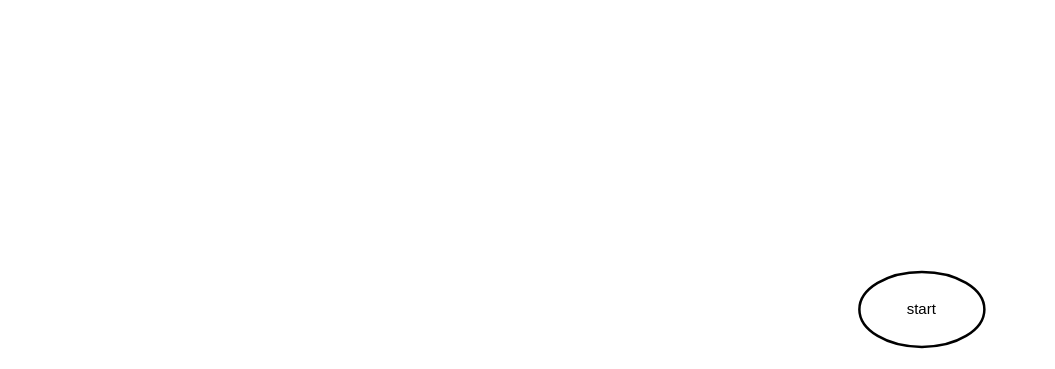
This is uPyIWM/diagrams/fun_bc_call.drawio from over-infinity/-Tutorials, a draw.io file, before an edit. Source tidied: cells renumbered, new cells numbered last; positions are measured from the earlier drawing's top-left corner, leaving out a move shared by most shapes. Both pictures are drawn from the tidied source at 125%, with x=0, y=0 at pixel (859, 271).
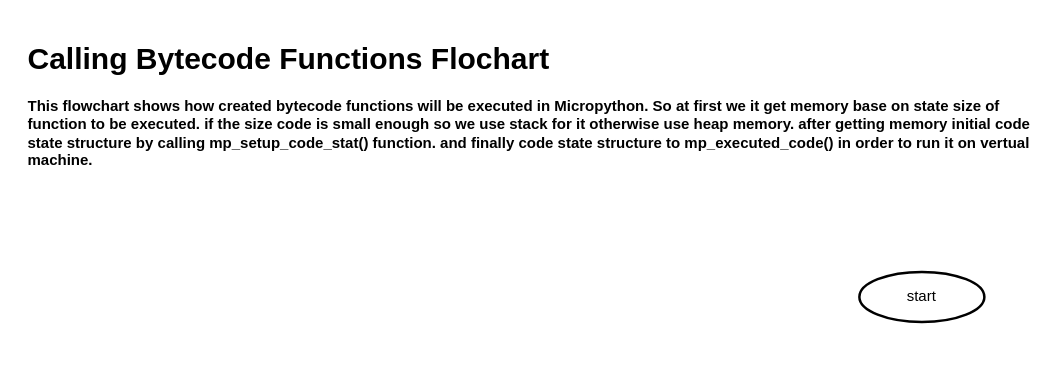
Above is the later version.

Change to the diagram source:
```diff
@@
 <mxGraphModel>
   <root>
     <mxCell id="0" />
     <mxCell id="1" parent="0" />
     <mxCell id="2" value="start" style="strokeWidth=2;html=1;shape=mxgraph.flowchart.start_1;whiteSpace=wrap;" parent="1" vertex="1">
-      <mxGeometry width="100" height="60" as="geometry" />
+      <mxGeometry width="100" height="40" as="geometry" />
     </mxCell>
+    <mxCell id="3" value="&lt;h1&gt;Calling Bytecode Functions Flochart&lt;br&gt;&lt;/h1&gt;&lt;p&gt;This flowchart shows how created bytecode functions will be executed in Micropython. So at first we it get memory base on state size of function to be executed. if the size code is small enough so we use stack for it otherwise use heap memory. after getting memory initial code state structure by calling mp_setup_code_stat() function. and finally code state structure to mp_executed_code() in order to run it on vertual machine. &lt;br&gt;&lt;/p&gt;" style="text;html=1;strokeColor=none;fillColor=none;spacing=5;spacingTop=-20;whiteSpace=wrap;overflow=hidden;rounded=0;fontStyle=1;" parent="1" vertex="1">
+      <mxGeometry x="-670" y="-190" width="810" height="120" as="geometry" />
+    </mxCell>
   </root>
 </mxGraphModel>
```
